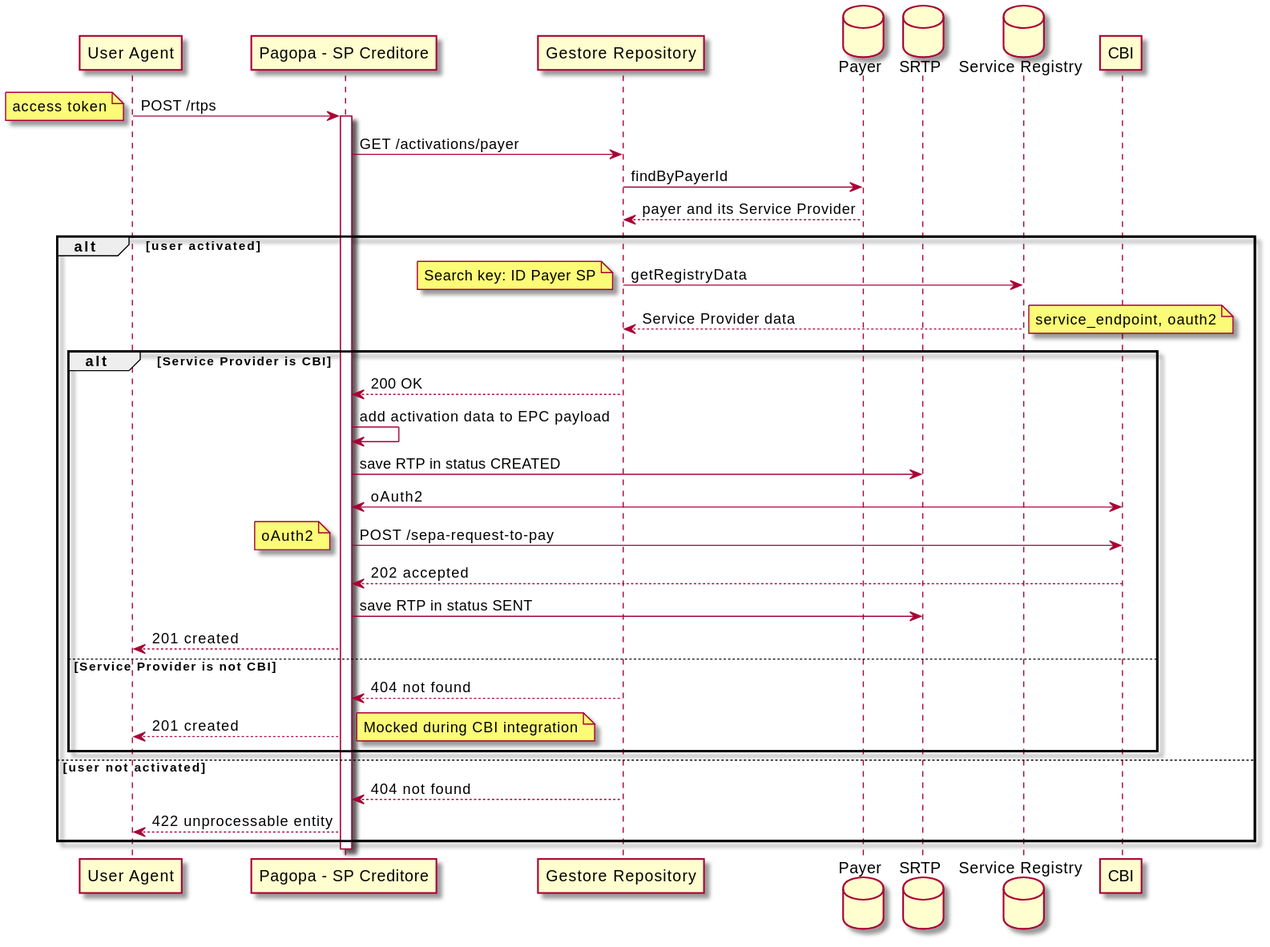
Earlier version of the PlantUML export diagrams/send.svg (pagopa/rtp-docs).
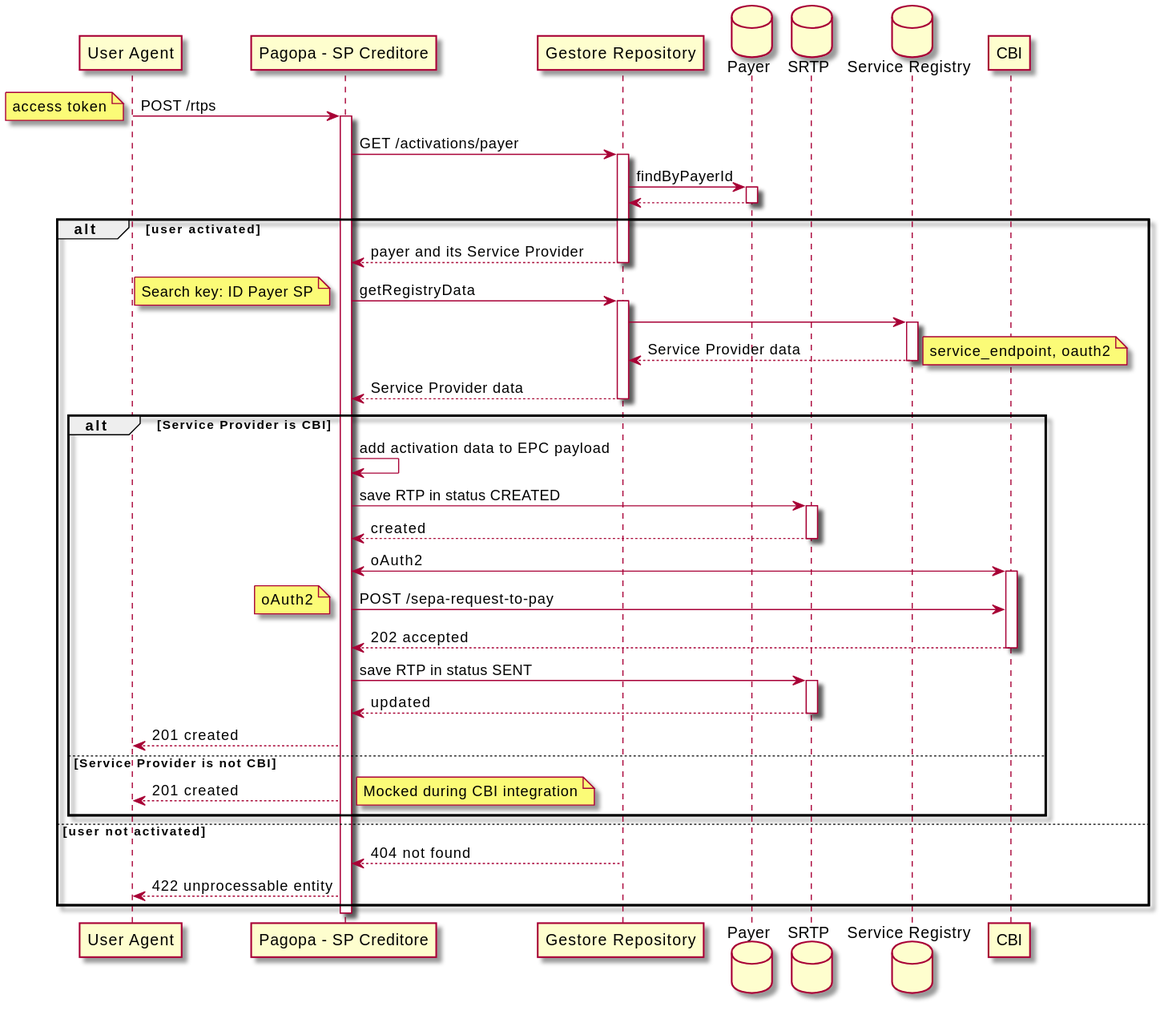
After the commit.

Change to the diagram source:
```diff
@@ -12,36 +12,53 @@
 note left: access token
 activate SPC
 
+SPC -> GR: GET /activations/payer
+activate GR
+GR -> Payer: findByPayerId
+activate Payer
+Payer --> GR
+deactivate Payer
+alt user activated
+GR --> SPC: payer and its Service Provider
+deactivate GR
 
-SPC -> GR: GET /activations/payer
-GR -> Payer: findByPayerId
-Payer --> GR: payer and its Service Provider
-
-alt user activated
-GR -> SR: getRegistryData
+SPC -> GR: getRegistryData
 note left: Search key: ID Payer SP
-
+activate GR
+GR -> SR
+activate SR
 SR --> GR: Service Provider data
 note right: service_endpoint, oauth2
+deactivate SR
+GR --> SPC: Service Provider data
+deactivate GR
+
 
 alt Service Provider is CBI
-GR --> SPC: 200 OK
 
 SPC -> SPC: add activation data to EPC payload
 
 SPC -> SRTP: save RTP in status CREATED
+activate SRTP
+SRTP --> SPC: created
+deactivate SRTP
 
 SPC <-> SPD: oAuth2
+activate SPD
 
 SPC -> SPD: POST /sepa-request-to-pay
 note left: oAuth2
+SPD --> SPC: 202 accepted
+deactivate SPD
 
-SPD --> SPC: 202 accepted
 SPC -> SRTP: save RTP in status SENT
+activate SRTP
+SRTP --> SPC: updated
+deactivate SRTP
+
 SPC --> UA: 201 created
 
 else Service Provider is not CBI
-GR --> SPC: 404 not found
 
 SPC --> UA: 201 created
 note right: Mocked during CBI integration
@@ -49,8 +66,12 @@
 end
 
 else user not activated
+
+activate GR
 GR --> SPC: 404 not found
+deactivate GR
 SPC --> UA: 422 unprocessable entity
+
 end
 
 deactivate SPC
```
